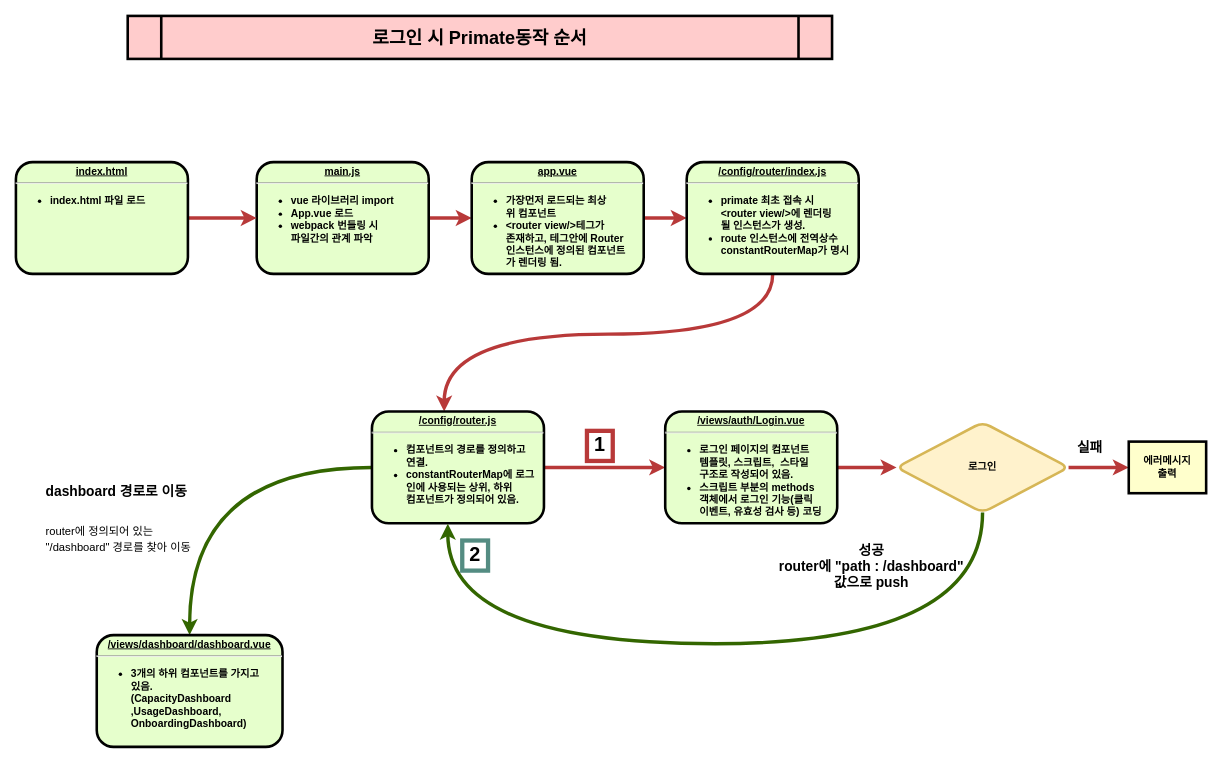
Above: primate 다이어그램.drawio in stardom3645/wiki (draw.io), before the change. Source tidied: cells renumbered, new cells numbered last; positions are measured from the earlier drawing's top-left corner, leaving out a move shared by most shapes. Both pictures are drawn from the tidied source at 86%, with x=0, y=0 at pixel (15, 15).
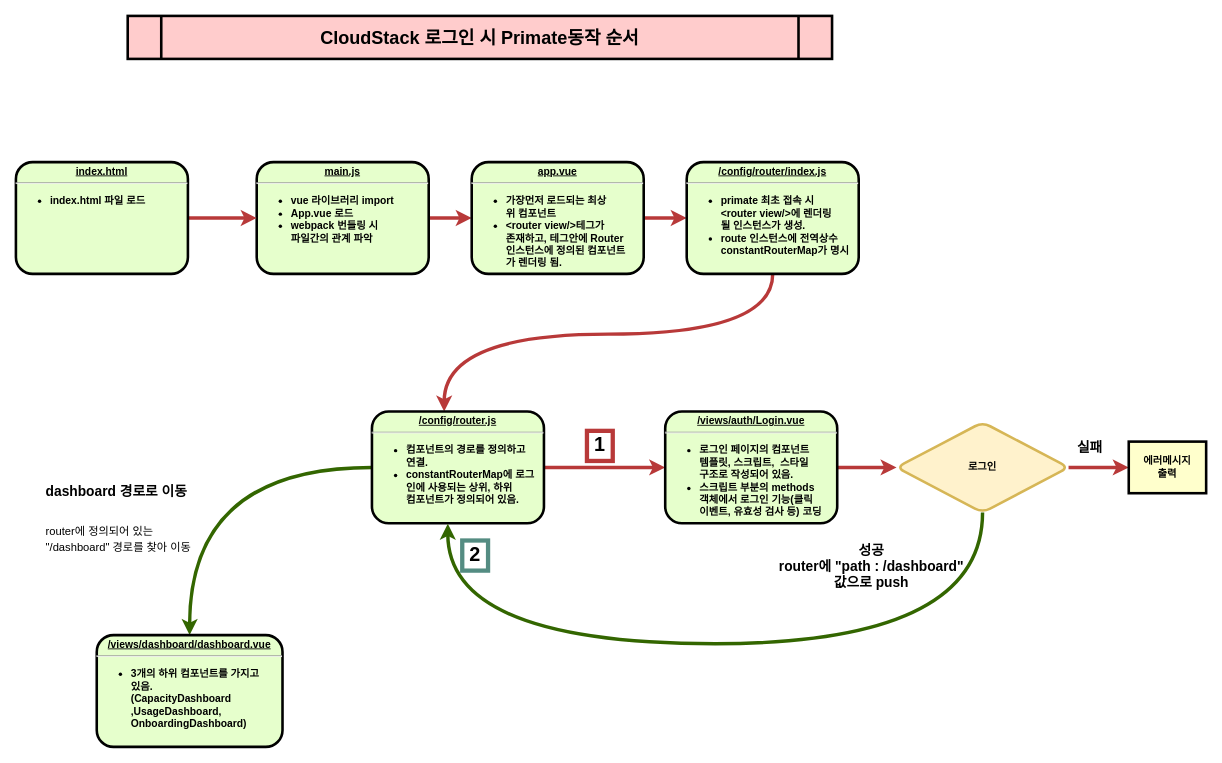
The same diagram, later.

Commit message:
primate 다이어그램.drawio 업데이트

The edit, as a diff of the source:
```diff
@@
-    <mxCell id="2" value="로그인 시 Primate동작 순서" style="shape=process;whiteSpace=wrap;align=center;verticalAlign=middle;size=0.0475;fontStyle=1;strokeWidth=3;fillColor=#FFCCCC;fontSize=21;" parent="1" vertex="1">
+    <mxCell id="2" value="CloudStack 로그인 시 Primate동작 순서" style="shape=process;whiteSpace=wrap;align=center;verticalAlign=middle;size=0.0475;fontStyle=1;strokeWidth=3;fillColor=#FFCCCC;fontSize=21;" parent="1" vertex="1">
       <mxGeometry x="130" width="819" height="50" as="geometry" />
     </mxCell>
```
